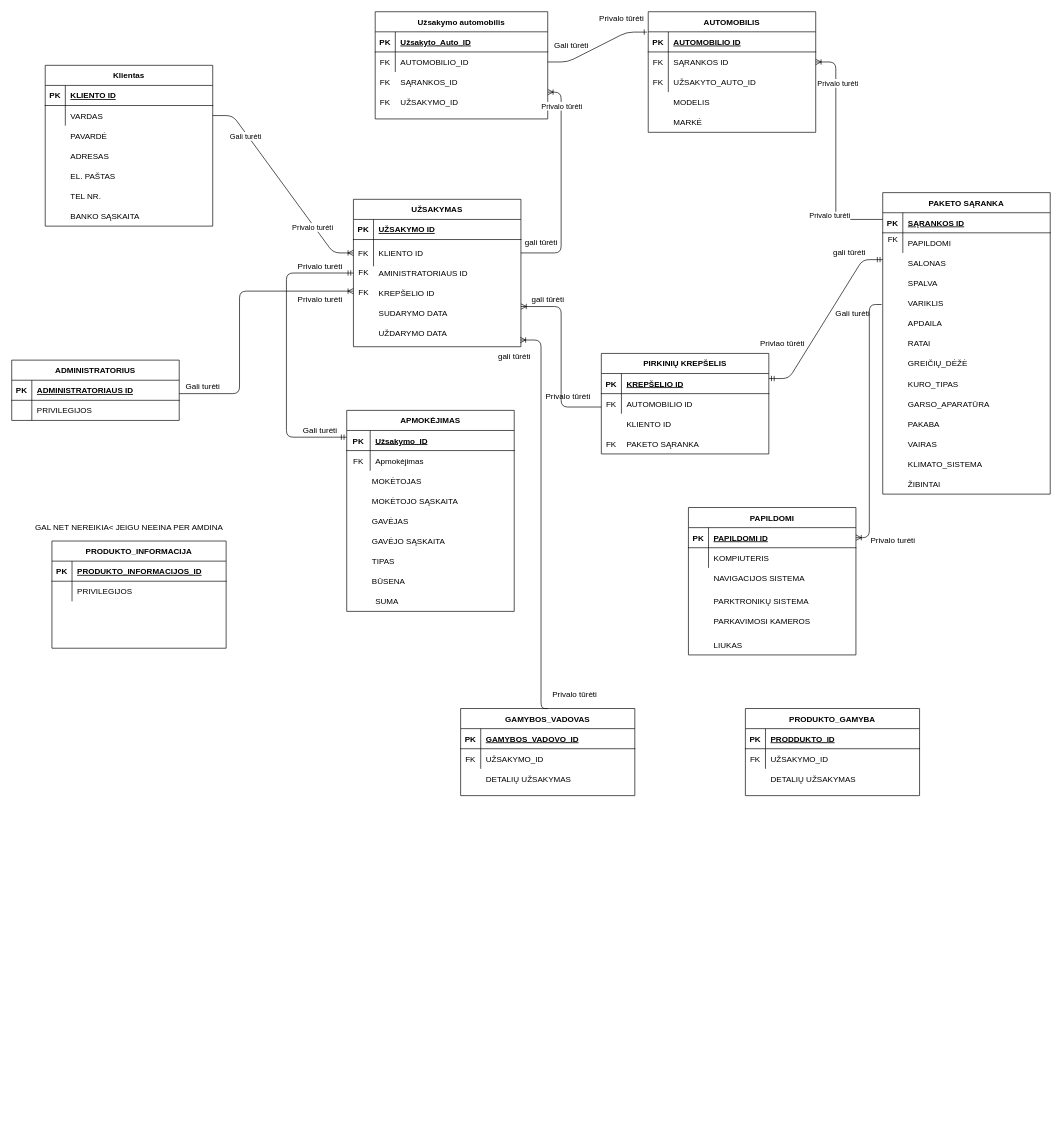
Above: DuomenuBazesMaketas.drawio in combatants7/Win (draw.io), before the change. Source tidied: cells renumbered, new cells numbered last; positions are measured from the earlier drawing's top-left corner, leaving out a move shared by most shapes. Both pictures are drawn from the tidied source at 67%, with x=0, y=0 at pixel (11, 11).
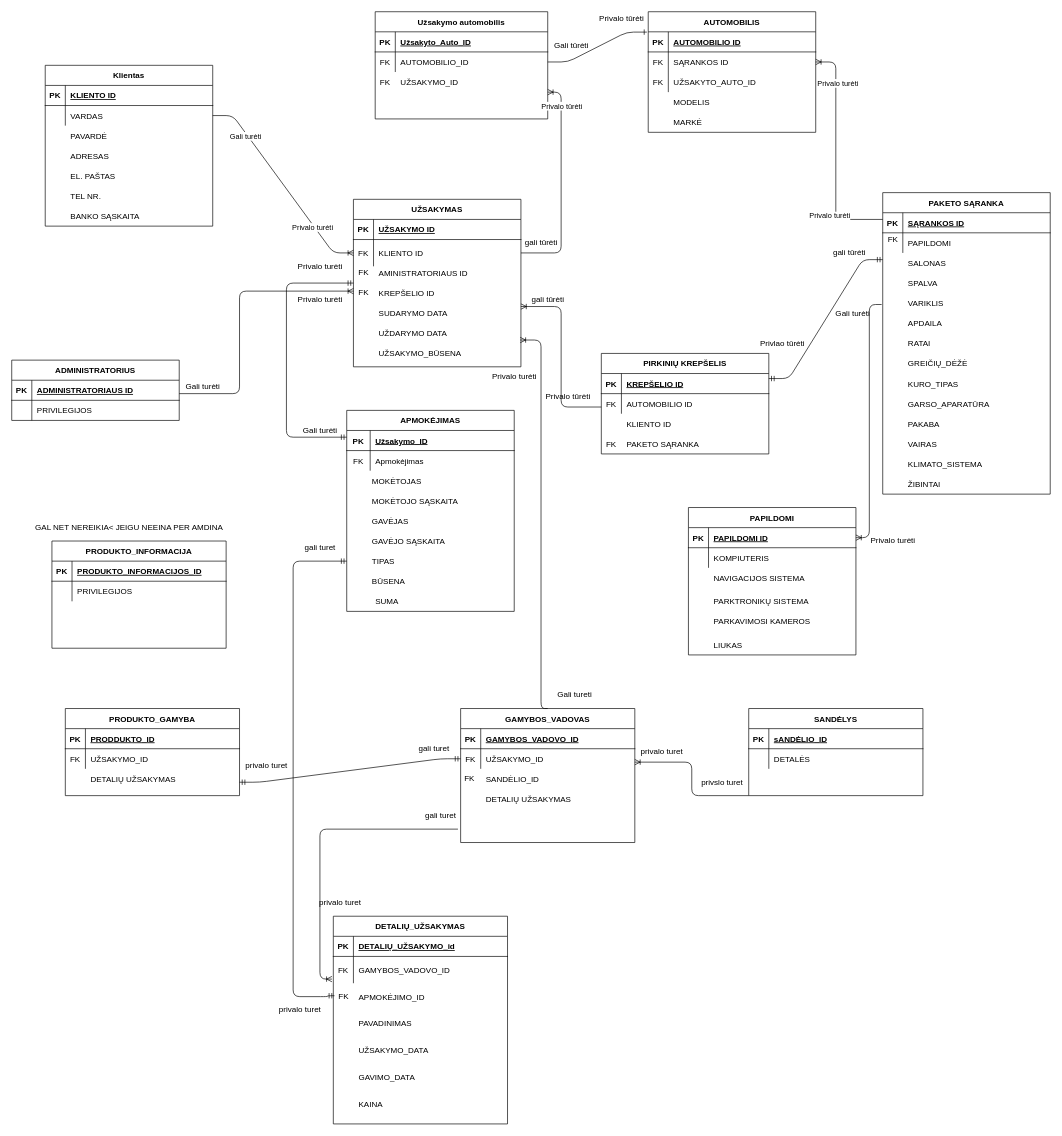
Above is the later version.

The change refers to these unchanged cells:
```xml
<mxCell id="151" style="shape=partialRectangle;fillColor=none;points=[[0,0.5],[1,0.5]];portConstraint=eastwest;top=0;left=0;right=0;bottom=0;" parent="147" vertex="1">
  <mxGeometry y="60" width="260" height="30" as="geometry" />
</mxCell>
<mxCell id="154" value="APMOKĖJIMAS" style="shape=table;startSize=30;childLayout=tableLayout;rowLines=0;fontStyle=1;align=center;" parent="1" vertex="1">
  <mxGeometry x="500" y="595" width="250" height="300" as="geometry" />
</mxCell>
```

Change to the diagram source:
```diff
@@
     <mxCell id="47" value="UŽSAKYMAS" style="shape=table;startSize=30;childLayout=tableLayout;rowLines=0;fontStyle=1;align=center;" parent="1" vertex="1">
-      <mxGeometry x="510" y="280" width="250" height="220" as="geometry" />
+      <mxGeometry x="510" y="280" width="250" height="250" as="geometry" />
     </mxCell>
@@
-    <mxCell id="105" value="SĄRANKOS_ID" style="shape=partialRectangle;overflow=hidden;fillColor=none;top=0;left=0;bottom=0;right=0;align=left;spacingLeft=6;" parent="1" vertex="1">
+    <mxCell id="105" style="shape=partialRectangle;overflow=hidden;fillColor=none;top=0;left=0;bottom=0;right=0;align=left;spacingLeft=6;" parent="1" vertex="1">
       <mxGeometry x="572.5" y="90" width="220" height="30" as="geometry" />
     </mxCell>
@@
     <mxCell id="117" value="UŽSAKYMO_ID" style="shape=partialRectangle;overflow=hidden;fillColor=none;top=0;left=0;bottom=0;right=0;align=left;spacingLeft=6;" parent="1" vertex="1">
-      <mxGeometry x="572.5" y="120" width="220" height="30" as="geometry" />
+      <mxGeometry x="572.5" y="90" width="220" height="30" as="geometry" />
     </mxCell>
-    <mxCell id="118" value="FK" style="shape=partialRectangle;overflow=hidden;fillColor=none;top=0;left=0;bottom=0;right=0;" parent="1" vertex="1">
-      <mxGeometry x="542.5" y="120" width="30" height="30" as="geometry" />
-    </mxCell>
@@
     <mxCell id="147" value="GAMYBOS_VADOVAS" style="shape=table;startSize=30;childLayout=tableLayout;rowLines=0;fontStyle=1;align=center;" parent="1" vertex="1">
-      <mxGeometry x="670" y="1040" width="260" height="130" as="geometry" />
+      <mxGeometry x="670" y="1040" width="260" height="200" as="geometry" />
     </mxCell>
@@
-    <mxCell id="162" value="Privalo tūrėti" style="text;html=1;align=center;verticalAlign=middle;" parent="1" vertex="1">
-      <mxGeometry x="800" y="1010" width="80" height="20" as="geometry" />
+    <mxCell id="162" value="Gali tureti" style="text;html=1;align=center;verticalAlign=middle;" parent="1" vertex="1">
+      <mxGeometry x="805" y="1010" width="70" height="20" as="geometry" />
     </mxCell>
-    <mxCell id="163" value="DETALIŲ UŽSAKYMAS" style="shape=partialRectangle;overflow=hidden;fillColor=none;top=0;left=0;bottom=0;right=0;align=left;spacingLeft=6;" parent="1" vertex="1">
+    <mxCell id="163" value="SANDĖLIO_ID" style="shape=partialRectangle;overflow=hidden;fillColor=none;top=0;left=0;bottom=0;right=0;align=left;spacingLeft=6;" parent="1" vertex="1">
       <mxGeometry x="700" y="1130" width="230" height="30" as="geometry" />
     </mxCell>
-    <mxCell id="164" value="gali tūrėti" style="text;html=1;align=center;verticalAlign=middle;" parent="1" vertex="1">
-      <mxGeometry x="720" y="505" width="60" height="20" as="geometry" />
+    <mxCell id="164" value="Privalo turėti" style="text;html=1;align=center;verticalAlign=middle;" parent="1" vertex="1">
+      <mxGeometry x="710" y="535" width="80" height="20" as="geometry" />
     </mxCell>
     <mxCell id="165" value="DETALIŲ UŽSAKYMAS" style="shape=partialRectangle;overflow=hidden;fillColor=none;top=0;left=0;bottom=0;right=0;align=left;spacingLeft=6;" parent="1" vertex="1">
-      <mxGeometry x="1125" y="1130" width="230" height="30" as="geometry" />
+      <mxGeometry x="110" y="1130" width="230" height="30" as="geometry" />
     </mxCell>
+    <mxCell id="173" value="UŽSAKYMO_BŪSENA" style="shape=partialRectangle;overflow=hidden;fillColor=none;top=0;left=0;bottom=0;right=0;align=left;spacingLeft=6;" parent="1" vertex="1">
+      <mxGeometry x="540" y="495" width="220" height="30" as="geometry" />
+    </mxCell>
     <mxCell id="166" value="PRODUKTO_GAMYBA" style="shape=table;startSize=30;childLayout=tableLayout;rowLines=0;fontStyle=1;align=center;" parent="1" vertex="1">
-      <mxGeometry x="1095" y="1040" width="260" height="130" as="geometry" />
+      <mxGeometry x="80" y="1040" width="260" height="130" as="geometry" />
     </mxCell>
@@
+    <mxCell id="174" value="SANDĖLYS" style="shape=table;startSize=30;childLayout=tableLayout;rowLines=0;fontStyle=1;align=center;" parent="1" vertex="1">
+      <mxGeometry x="1100" y="1040" width="260" height="130" as="geometry" />
+    </mxCell>
+    <mxCell id="175" style="shape=partialRectangle;fillColor=none;top=0;left=0;right=0;bottom=1;" parent="174" vertex="1">
+      <mxGeometry y="30" width="260" height="30" as="geometry" />
+    </mxCell>
+    <mxCell id="176" value="PK" style="shape=partialRectangle;overflow=hidden;fillColor=none;top=0;left=0;bottom=0;right=0;fontStyle=1;" parent="175" vertex="1">
+      <mxGeometry width="30" height="30" as="geometry" />
+    </mxCell>
+    <mxCell id="177" value="sANDĖLIO_ID" style="shape=partialRectangle;overflow=hidden;fillColor=none;top=0;left=0;bottom=0;right=0;align=left;spacingLeft=6;fontStyle=5;" parent="175" vertex="1">
+      <mxGeometry x="30" width="230" height="30" as="geometry" />
+    </mxCell>
+    <mxCell id="178" style="shape=partialRectangle;fillColor=none;top=0;left=0;right=0;bottom=0;" parent="174" vertex="1">
+      <mxGeometry y="60" width="260" height="30" as="geometry" />
+    </mxCell>
+    <mxCell id="179" style="shape=partialRectangle;overflow=hidden;fillColor=none;top=0;left=0;bottom=0;right=0;" parent="178" vertex="1">
+      <mxGeometry width="30" height="30" as="geometry" />
+    </mxCell>
+    <mxCell id="180" value="DETALĖS" style="shape=partialRectangle;overflow=hidden;fillColor=none;top=0;left=0;bottom=0;right=0;align=left;spacingLeft=6;" parent="178" vertex="1">
+      <mxGeometry x="30" width="230" height="30" as="geometry" />
+    </mxCell>
+    <mxCell id="181" value="DETALIŲ UŽSAKYMAS" style="shape=partialRectangle;overflow=hidden;fillColor=none;top=0;left=0;bottom=0;right=0;align=left;spacingLeft=6;" parent="1" vertex="1">
+      <mxGeometry x="700" y="1160" width="230" height="30" as="geometry" />
+    </mxCell>
+    <mxCell id="182" value="FK" style="text;html=1;align=center;verticalAlign=middle;" parent="1" vertex="1">
+      <mxGeometry x="667.5" y="1135" width="30" height="20" as="geometry" />
+    </mxCell>
+    <mxCell id="183" style="edgeStyle=elbowEdgeStyle;fontSize=12;html=1;endArrow=ERoneToMany;exitX=0;exitY=1;exitDx=0;exitDy=0;" parent="1" edge="1" source="174">
+      <mxGeometry relative="1" as="geometry">
+        <mxPoint x="930" y="1120" as="targetPoint" />
+      </mxGeometry>
+    </mxCell>
+    <mxCell id="184" value="DETALIŲ_UŽSAKYMAS" style="shape=table;startSize=30;childLayout=tableLayout;rowLines=0;fontStyle=1;align=center;" parent="1" vertex="1">
+      <mxGeometry x="480" y="1350" width="260" height="310" as="geometry" />
+    </mxCell>
+    <mxCell id="185" style="shape=partialRectangle;fillColor=none;top=0;left=0;right=0;bottom=1;" parent="184" vertex="1">
+      <mxGeometry y="30" width="260" height="30" as="geometry" />
+    </mxCell>
+    <mxCell id="186" value="PK" style="shape=partialRectangle;overflow=hidden;fillColor=none;top=0;left=0;bottom=0;right=0;fontStyle=1;" parent="185" vertex="1">
+      <mxGeometry width="30" height="30" as="geometry" />
+    </mxCell>
+    <mxCell id="187" value="DETALIŲ_UŽSAKYMO_id" style="shape=partialRectangle;overflow=hidden;fillColor=none;top=0;left=0;bottom=0;right=0;align=left;spacingLeft=6;fontStyle=5;" parent="185" vertex="1">
+      <mxGeometry x="30" width="230" height="30" as="geometry" />
+    </mxCell>
+    <mxCell id="188" style="shape=partialRectangle;fillColor=none;points=[[0,0.5],[1,0.5]];portConstraint=eastwest;top=0;left=0;right=0;bottom=0;" parent="184" vertex="1">
+      <mxGeometry y="60" width="260" height="40" as="geometry" />
+    </mxCell>
+    <mxCell id="118" value="FK" style="shape=partialRectangle;overflow=hidden;fillColor=none;top=0;left=0;bottom=0;right=0;" parent="188" vertex="1">
+      <mxGeometry width="30" height="40" as="geometry" />
+    </mxCell>
+    <mxCell id="189" value="GAMYBOS_VADOVO_ID" style="shape=partialRectangle;overflow=hidden;fillColor=none;top=0;left=0;bottom=0;right=0;align=left;spacingLeft=6;" parent="188" vertex="1">
+      <mxGeometry x="30" width="230" height="40" as="geometry" />
+    </mxCell>
+    <mxCell id="190" value="APMOKĖJIMO_ID" style="shape=partialRectangle;overflow=hidden;fillColor=none;top=0;left=0;bottom=0;right=0;align=left;spacingLeft=6;" parent="1" vertex="1">
+      <mxGeometry x="510" y="1450" width="230" height="40" as="geometry" />
+    </mxCell>
+    <mxCell id="191" value="PAVADINIMAS" style="shape=partialRectangle;overflow=hidden;fillColor=none;top=0;left=0;bottom=0;right=0;align=left;spacingLeft=6;" parent="1" vertex="1">
+      <mxGeometry x="510" y="1490" width="230" height="40" as="geometry" />
+    </mxCell>
+    <mxCell id="192" value="UŽSAKYMO_DATA" style="shape=partialRectangle;overflow=hidden;fillColor=none;top=0;left=0;bottom=0;right=0;align=left;spacingLeft=6;" parent="1" vertex="1">
+      <mxGeometry x="510" y="1530" width="230" height="40" as="geometry" />
+    </mxCell>
+    <mxCell id="193" value="GAVIMO_DATA" style="shape=partialRectangle;overflow=hidden;fillColor=none;top=0;left=0;bottom=0;right=0;align=left;spacingLeft=6;" parent="1" vertex="1">
+      <mxGeometry x="510" y="1570" width="230" height="40" as="geometry" />
+    </mxCell>
+    <mxCell id="194" value="KAINA" style="shape=partialRectangle;overflow=hidden;fillColor=none;top=0;left=0;bottom=0;right=0;align=left;spacingLeft=6;" parent="1" vertex="1">
+      <mxGeometry x="510" y="1610" width="230" height="40" as="geometry" />
+    </mxCell>
+    <mxCell id="195" value="FK" style="text;html=1;align=center;verticalAlign=middle;points=[];" parent="1" vertex="1">
+      <mxGeometry x="480" y="1460" width="30" height="20" as="geometry" />
+    </mxCell>
+    <mxCell id="196" value="privslo turet" style="text;html=1;align=center;verticalAlign=middle;" parent="1" vertex="1">
+      <mxGeometry x="1020" y="1140" width="80" height="20" as="geometry" />
+    </mxCell>
+    <mxCell id="197" value="privalo turet" style="text;html=1;align=center;verticalAlign=middle;" parent="1" vertex="1">
+      <mxGeometry x="930" y="1095" width="80" height="20" as="geometry" />
+    </mxCell>
+    <mxCell id="198" style="edgeStyle=orthogonalEdgeStyle;fontSize=12;html=1;endArrow=ERoneToMany;entryX=-0.008;entryY=0.846;entryDx=0;entryDy=0;entryPerimeter=0;" parent="1" edge="1" target="188">
+      <mxGeometry relative="1" as="geometry">
+        <mxPoint x="666" y="1220" as="sourcePoint" />
+        <Array as="points">
+          <mxPoint x="460" y="1220" />
+          <mxPoint x="460" y="1444" />
+        </Array>
+      </mxGeometry>
+    </mxCell>
+    <mxCell id="199" value="gali turet" style="text;html=1;align=center;verticalAlign=middle;" parent="1" vertex="1">
+      <mxGeometry x="610" y="1190" width="60" height="20" as="geometry" />
+    </mxCell>
+    <mxCell id="200" value="privalo turet" style="text;html=1;align=center;verticalAlign=middle;" parent="1" vertex="1">
+      <mxGeometry x="450" y="1320" width="80" height="20" as="geometry" />
+    </mxCell>
+    <mxCell id="201" style="edgeStyle=orthogonalEdgeStyle;fontSize=12;html=1;endArrow=ERmandOne;startArrow=ERmandOne;entryX=0;entryY=0.75;entryDx=0;entryDy=0;exitX=0.057;exitY=0.433;exitDx=0;exitDy=0;exitPerimeter=0;" parent="1" edge="1" source="195" target="154">
+      <mxGeometry relative="1" as="geometry">
+        <Array as="points">
+          <mxPoint x="471" y="1469" />
+          <mxPoint x="471" y="1470" />
+          <mxPoint x="420" y="1470" />
+          <mxPoint x="420" y="820" />
+        </Array>
+      </mxGeometry>
+    </mxCell>
+    <mxCell id="202" value="gali turet" style="text;html=1;align=center;verticalAlign=middle;" parent="1" vertex="1">
+      <mxGeometry x="430" y="790" width="60" height="20" as="geometry" />
+    </mxCell>
+    <mxCell id="203" value="privalo turet" style="text;html=1;align=center;verticalAlign=middle;" parent="1" vertex="1">
+      <mxGeometry x="390" y="1480" width="80" height="20" as="geometry" />
+    </mxCell>
+    <mxCell id="204" style="edgeStyle=entityRelationEdgeStyle;fontSize=12;html=1;endArrow=ERmandOne;startArrow=ERmandOne;entryX=0;entryY=0.5;entryDx=0;entryDy=0;" parent="1" edge="1" target="151">
+      <mxGeometry relative="1" as="geometry">
+        <mxPoint x="340" y="1150" as="sourcePoint" />
+      </mxGeometry>
+    </mxCell>
+    <mxCell id="205" value="gali turet" style="text;html=1;align=center;verticalAlign=middle;" parent="1" vertex="1">
+      <mxGeometry x="600" y="1090" width="60" height="20" as="geometry" />
+    </mxCell>
+    <mxCell id="206" value="privalo turet" style="text;html=1;align=center;verticalAlign=middle;" parent="1" vertex="1">
+      <mxGeometry x="340" y="1115" width="80" height="20" as="geometry" />
+    </mxCell>
```
